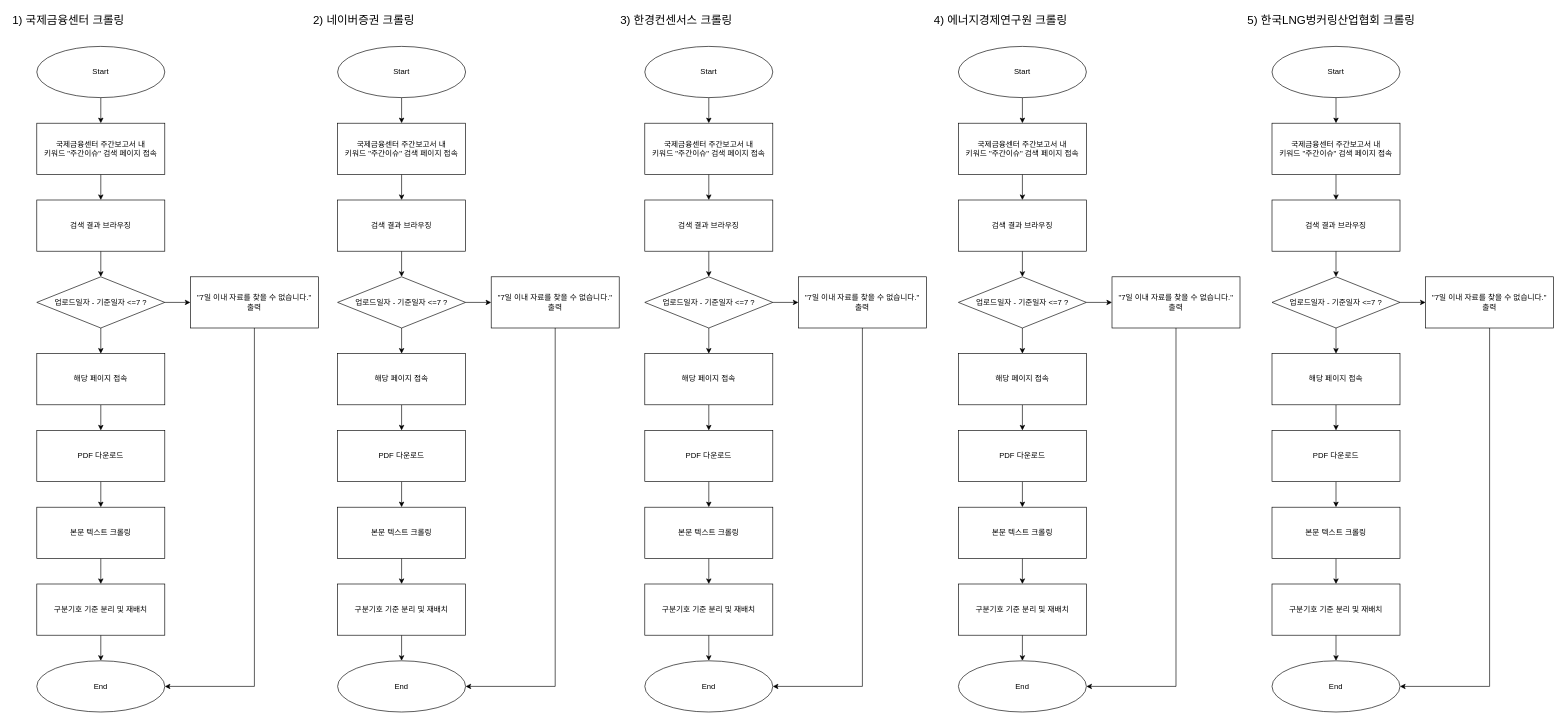
Before: page "페이지-1" (1 of 2) of 주간 세계경제 및 산업동향.drawio in ImSwim/NEWS-BRIEF, a draw.io diagram. Source tidied: cells renumbered, new cells numbered last; positions are measured from the earlier drawing's top-left corner, leaving out a move shared by most shapes. Both pictures are drawn from the tidied source at 64%, with x=0, y=0 at pixel (11, 11).
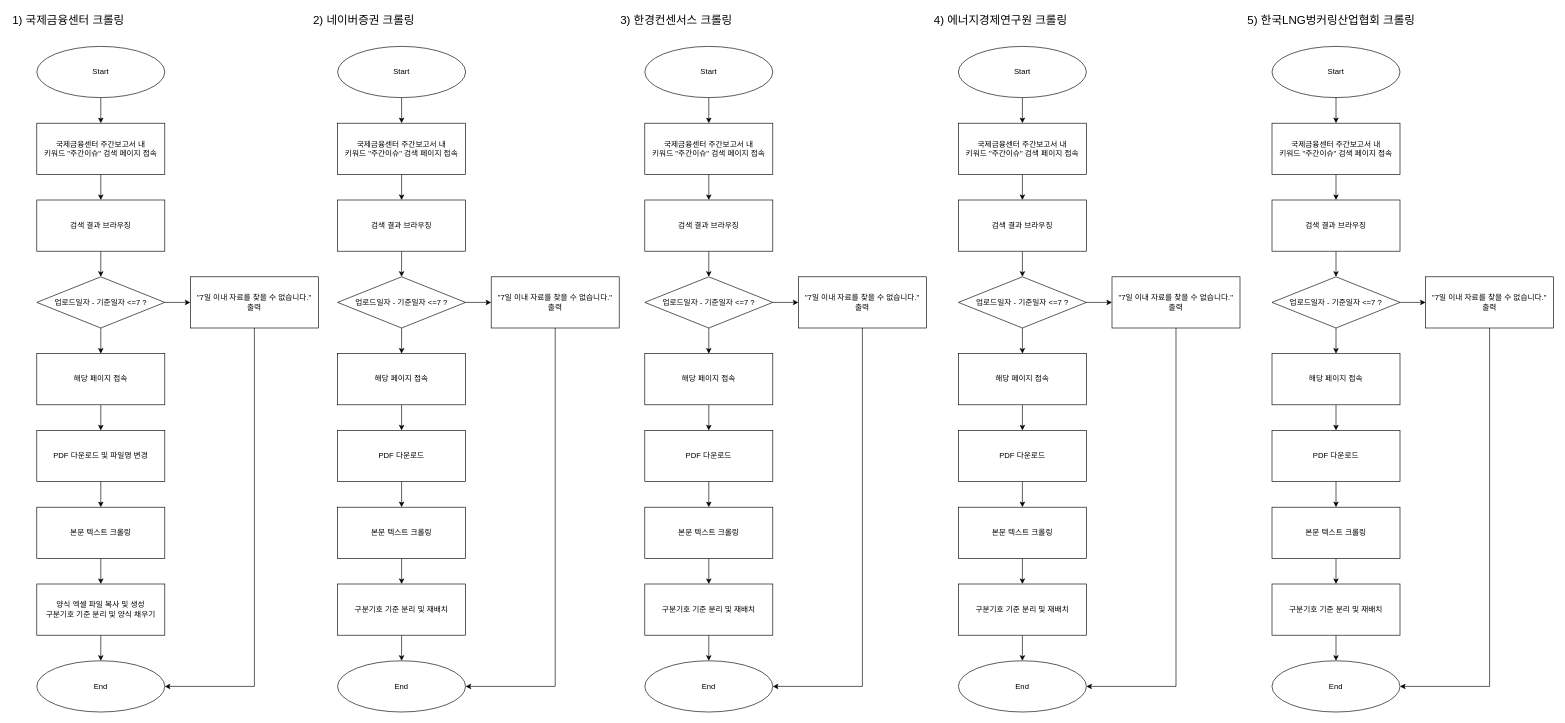
Above is the later version.

Commit message:
주간 세계경제 및 산업동향.drawio 업데이트

What changed in the source:
```diff
@@
-    <mxCell id="12" value="PDF 다운로드" style="rounded=0;whiteSpace=wrap;html=1;" parent="1" vertex="1">
+    <mxCell id="12" value="PDF 다운로드 및 파일명 변경" style="rounded=0;whiteSpace=wrap;html=1;" parent="1" vertex="1">
       <mxGeometry x="40" y="655" width="200" height="80" as="geometry" />
     </mxCell>
@@
-    <mxCell id="18" value="구분기호 기준 분리 및 재배치" style="rounded=0;whiteSpace=wrap;html=1;" parent="1" vertex="1">
+    <mxCell id="18" value="양식 엑셀 파일 복사 및 생성&lt;div&gt;구분기호 기준 분리 및 양식 채우기&lt;/div&gt;" style="rounded=0;whiteSpace=wrap;html=1;" parent="1" vertex="1">
       <mxGeometry x="40" y="895" width="200" height="80" as="geometry" />
     </mxCell>
```
